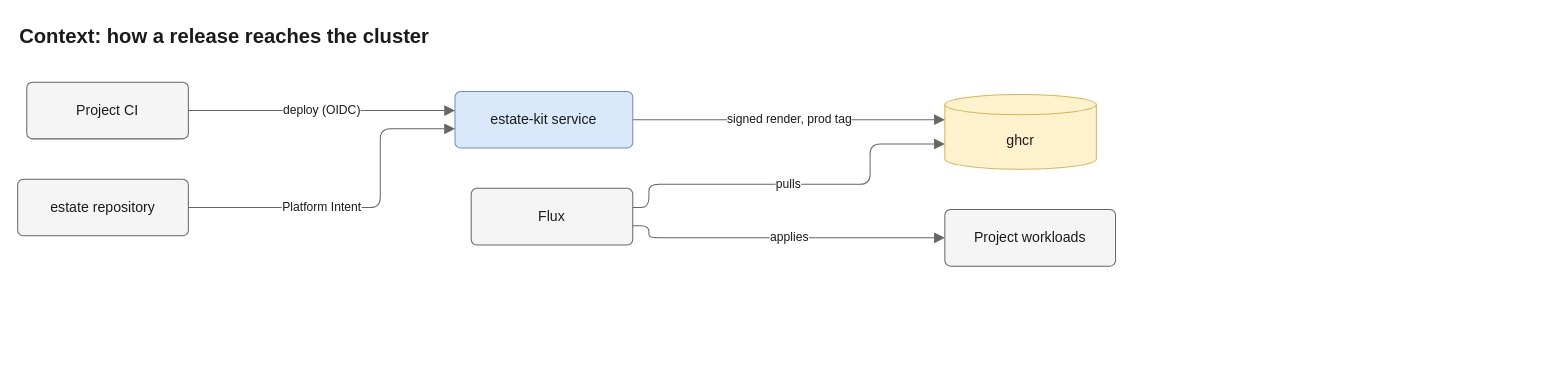
The draw.io diagram docs/diagrams/src/context.drawio in JorisJonkers-dev/estate-kit, before the edit. Source tidied: cells renumbered, new cells numbered last; positions are measured from the earlier drawing's top-left corner, leaving out a move shared by most shapes. Both pictures are drawn from the tidied source at 101%, with x=0, y=0 at pixel (17, 17).
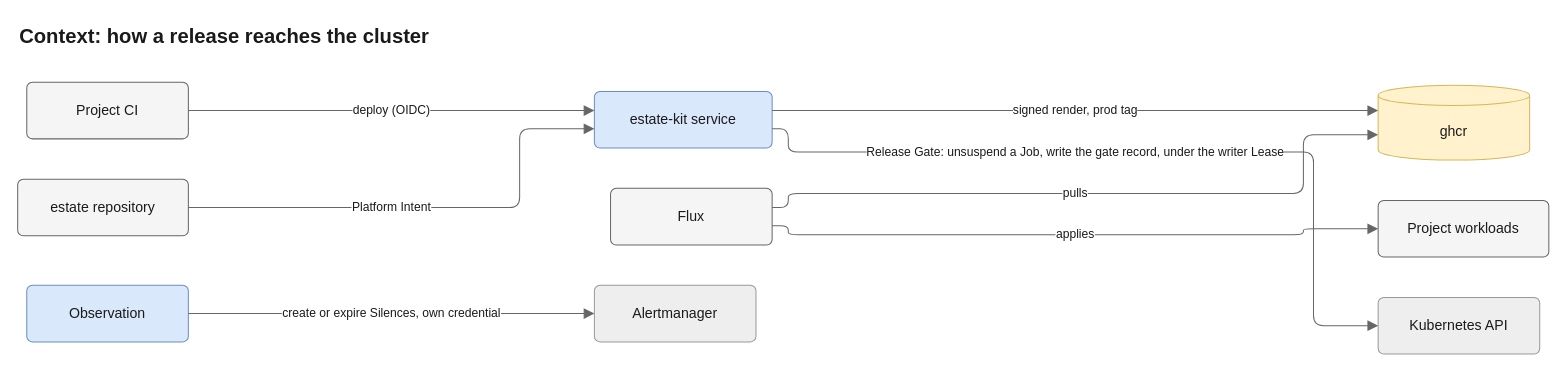
Above is the later version.

The change refers to these unchanged cells:
```xml
<mxCell id="2" value="Project CI" style="rounded=1;arcSize=10;html=1;whiteSpace=wrap;fontSize=14;fontColor=light-dark(#1a1a1a,#e8e8e8);fillColor=light-dark(#f5f5f5,#2b2b2b);strokeColor=light-dark(#666666,#a8a8a8);fontFamily=Helvetica;" parent="1" vertex="1">
  <mxGeometry x="9" y="64" width="160" height="56" as="geometry" />
</mxCell>
<mxCell id="3" value="estate repository" style="rounded=1;arcSize=10;html=1;whiteSpace=wrap;fontSize=14;fontColor=light-dark(#1a1a1a,#e8e8e8);fillColor=light-dark(#f5f5f5,#2b2b2b);strokeColor=light-dark(#666666,#a8a8a8);fontFamily=Helvetica;" parent="1" vertex="1">
  <mxGeometry y="160" width="169" height="56" as="geometry" />
</mxCell>
```

Change to the diagram source:
```diff
@@
     <mxCell id="4" value="estate-kit service" style="rounded=1;arcSize=10;html=1;whiteSpace=wrap;fontSize=14;fontColor=light-dark(#1a1a1a,#e8e8e8);fillColor=light-dark(#dae8fc,#1f3a5f);strokeColor=light-dark(#6c8ebf,#7aa7e0);fontFamily=Helvetica;" parent="1" vertex="1">
-      <mxGeometry x="433" y="73" width="176" height="56" as="geometry" />
+      <mxGeometry x="571" y="73" width="176" height="56" as="geometry" />
     </mxCell>
     <mxCell id="5" value="ghcr" style="shape=cylinder3;size=10;boundedLbl=1;backgroundOutline=1;html=1;whiteSpace=wrap;fontSize=14;fontColor=light-dark(#1a1a1a,#e8e8e8);fillColor=light-dark(#fff2cc,#3a3220);strokeColor=light-dark(#d6b656,#c9a74a);fontFamily=Helvetica;" parent="1" vertex="1">
-      <mxGeometry x="918" y="76" width="150" height="74" as="geometry" />
+      <mxGeometry x="1347" y="67" width="150" height="74" as="geometry" />
     </mxCell>
     <mxCell id="6" value="Flux" style="rounded=1;arcSize=10;html=1;whiteSpace=wrap;fontSize=14;fontColor=light-dark(#1a1a1a,#e8e8e8);fillColor=light-dark(#f5f5f5,#2b2b2b);strokeColor=light-dark(#666666,#a8a8a8);fontFamily=Helvetica;" parent="1" vertex="1">
-      <mxGeometry x="449" y="169" width="160" height="56" as="geometry" />
+      <mxGeometry x="587" y="169" width="160" height="56" as="geometry" />
     </mxCell>
     <mxCell id="7" value="Project workloads" style="rounded=1;arcSize=10;html=1;whiteSpace=wrap;fontSize=14;fontColor=light-dark(#1a1a1a,#e8e8e8);fillColor=light-dark(#f5f5f5,#2b2b2b);strokeColor=light-dark(#666666,#a8a8a8);fontFamily=Helvetica;" parent="1" vertex="1">
-      <mxGeometry x="918" y="190" width="169" height="56" as="geometry" />
+      <mxGeometry x="1347" y="181" width="169" height="56" as="geometry" />
     </mxCell>
+    <mxCell id="14" value="Kubernetes API" style="rounded=1;arcSize=10;html=1;whiteSpace=wrap;fontSize=14;fontColor=light-dark(#1a1a1a,#e8e8e8);fillColor=light-dark(#eeeeee,#303030);strokeColor=light-dark(#999999,#8a8a8a);fontFamily=Helvetica;" parent="1" vertex="1">
+      <mxGeometry x="1347" y="277" width="160" height="56" as="geometry" />
+    </mxCell>
+    <mxCell id="15" value="Observation" style="rounded=1;arcSize=10;html=1;whiteSpace=wrap;fontSize=14;fontColor=light-dark(#1a1a1a,#e8e8e8);fillColor=light-dark(#dae8fc,#1f3a5f);strokeColor=light-dark(#6c8ebf,#7aa7e0);fontFamily=Helvetica;" parent="1" vertex="1">
+      <mxGeometry x="9" y="265" width="160" height="56" as="geometry" />
+    </mxCell>
+    <mxCell id="16" value="Alertmanager" style="rounded=1;arcSize=10;html=1;whiteSpace=wrap;fontSize=14;fontColor=light-dark(#1a1a1a,#e8e8e8);fillColor=light-dark(#eeeeee,#303030);strokeColor=light-dark(#999999,#8a8a8a);fontFamily=Helvetica;" parent="1" vertex="1">
+      <mxGeometry x="571" y="265" width="160" height="56" as="geometry" />
+    </mxCell>
     <mxCell id="8" value="deploy (OIDC)" style="html=1;rounded=1;fontSize=14;fontSize=12;fontColor=light-dark(#1a1a1a,#e8e8e8);strokeColor=light-dark(#666666,#a8a8a8);endArrow=block;endFill=1;endSize=8;curved=0;exitX=1;exitY=0.5;entryX=0;entryY=0.3393;edgeStyle=orthogonalEdgeStyle;fontFamily=Helvetica;labelBackgroundColor=light-dark(#ffffff,#1e1e1e);" parent="1" edge="1" source="2" target="4">
       <mxGeometry relative="1" as="geometry">
         <Array as="points">
-          <mxPoint x="301" y="92" />
+          <mxPoint x="370" y="92" />
         </Array>
       </mxGeometry>
     </mxCell>
     <mxCell id="9" value="Platform Intent" style="html=1;rounded=1;fontSize=14;fontSize=12;fontColor=light-dark(#1a1a1a,#e8e8e8);strokeColor=light-dark(#666666,#a8a8a8);endArrow=block;endFill=1;endSize=8;curved=0;exitX=1;exitY=0.5;entryX=0;entryY=0.6607;edgeStyle=orthogonalEdgeStyle;fontFamily=Helvetica;labelBackgroundColor=light-dark(#ffffff,#1e1e1e);" parent="1" edge="1" source="3" target="4">
       <mxGeometry relative="1" as="geometry">
         <Array as="points">
-          <mxPoint x="359" y="188" />
-          <mxPoint x="359" y="110" />
+          <mxPoint x="497" y="188" />
+          <mxPoint x="497" y="110" />
         </Array>
         <mxPoint x="-39" as="offset" />
       </mxGeometry>
     </mxCell>
-    <mxCell id="10" value="signed render, prod tag" style="html=1;rounded=1;fontSize=14;fontSize=12;fontColor=light-dark(#1a1a1a,#e8e8e8);strokeColor=light-dark(#666666,#a8a8a8);endArrow=block;endFill=1;endSize=8;curved=0;exitX=1;exitY=0.5;entryX=0;entryY=0.3378;edgeStyle=orthogonalEdgeStyle;fontFamily=Helvetica;labelBackgroundColor=light-dark(#ffffff,#1e1e1e);" parent="1" edge="1" source="4" target="5">
+    <mxCell id="10" value="signed render, prod tag" style="html=1;rounded=1;fontSize=14;fontSize=12;fontColor=light-dark(#1a1a1a,#e8e8e8);strokeColor=light-dark(#666666,#a8a8a8);endArrow=block;endFill=1;endSize=8;curved=0;exitX=1;exitY=0.3393;entryX=0;entryY=0.3378;edgeStyle=orthogonalEdgeStyle;fontFamily=Helvetica;labelBackgroundColor=light-dark(#ffffff,#1e1e1e);" parent="1" edge="1" source="4" target="5">
       <mxGeometry relative="1" as="geometry">
         <Array as="points">
-          <mxPoint x="763.5" y="101" />
+          <mxPoint x="1047" y="92" />
         </Array>
       </mxGeometry>
     </mxCell>
     <mxCell id="11" value="pulls" style="html=1;rounded=1;fontSize=14;fontSize=12;fontColor=light-dark(#1a1a1a,#e8e8e8);strokeColor=light-dark(#666666,#a8a8a8);endArrow=block;endFill=1;endSize=8;curved=0;exitX=1;exitY=0.3393;entryX=0;entryY=0.6622;edgeStyle=orthogonalEdgeStyle;fontFamily=Helvetica;labelBackgroundColor=light-dark(#ffffff,#1e1e1e);" parent="1" edge="1" source="6" target="5">
       <mxGeometry relative="1" as="geometry">
         <Array as="points">
-          <mxPoint x="625" y="188" />
-          <mxPoint x="625" y="165" />
-          <mxPoint x="844" y="165" />
-          <mxPoint x="844" y="125" />
+          <mxPoint x="763" y="188" />
+          <mxPoint x="763" y="174" />
+          <mxPoint x="1273" y="174" />
+          <mxPoint x="1273" y="116" />
         </Array>
-        <mxPoint x="-8.5" as="offset" />
+        <mxPoint x="-22" as="offset" />
       </mxGeometry>
     </mxCell>
     <mxCell id="12" value="applies" style="html=1;rounded=1;fontSize=14;fontSize=12;fontColor=light-dark(#1a1a1a,#e8e8e8);strokeColor=light-dark(#666666,#a8a8a8);endArrow=block;endFill=1;endSize=8;curved=0;exitX=1;exitY=0.6607;entryX=0;entryY=0.5;edgeStyle=orthogonalEdgeStyle;fontFamily=Helvetica;labelBackgroundColor=light-dark(#ffffff,#1e1e1e);" parent="1" edge="1" source="6" target="7">
       <mxGeometry relative="1" as="geometry">
         <Array as="points">
-          <mxPoint x="625" y="206" />
-          <mxPoint x="625" y="218" />
+          <mxPoint x="763" y="206" />
+          <mxPoint x="763" y="215" />
+          <mxPoint x="1273" y="215" />
+          <mxPoint x="1273" y="209" />
         </Array>
-        <mxPoint x="6" as="offset" />
+        <mxPoint x="1.5" as="offset" />
       </mxGeometry>
     </mxCell>
+    <mxCell id="17" value="Release Gate: unsuspend a Job, write the gate record, under the writer Lease" style="html=1;rounded=1;fontSize=14;fontSize=12;fontColor=light-dark(#1a1a1a,#e8e8e8);strokeColor=light-dark(#666666,#a8a8a8);endArrow=block;endFill=1;endSize=8;curved=0;exitX=1;exitY=0.6607;entryX=0;entryY=0.5;edgeStyle=orthogonalEdgeStyle;fontFamily=Helvetica;labelBackgroundColor=light-dark(#ffffff,#1e1e1e);" parent="1" edge="1" source="4" target="14">
+      <mxGeometry relative="1" as="geometry">
+        <Array as="points">
+          <mxPoint x="763" y="110" />
+          <mxPoint x="763" y="133" />
+          <mxPoint x="1283" y="133" />
+          <mxPoint x="1283" y="305" />
+        </Array>
+        <mxPoint x="-74.5" as="offset" />
+      </mxGeometry>
+    </mxCell>
+    <mxCell id="18" value="create or expire Silences, own credential" style="html=1;rounded=1;fontSize=14;fontSize=12;fontColor=light-dark(#1a1a1a,#e8e8e8);strokeColor=light-dark(#666666,#a8a8a8);endArrow=block;endFill=1;endSize=8;curved=0;exitX=1;exitY=0.5;entryX=0;entryY=0.5;edgeStyle=orthogonalEdgeStyle;fontFamily=Helvetica;labelBackgroundColor=light-dark(#ffffff,#1e1e1e);" parent="1" edge="1" source="15" target="16">
+      <mxGeometry relative="1" as="geometry">
+        <Array as="points">
+          <mxPoint x="370" y="293" />
+        </Array>
+      </mxGeometry>
+    </mxCell>
     <mxCell id="13" value="Context: how a release reaches the cluster" style="text;html=1;whiteSpace=wrap;align=left;verticalAlign=middle;fontSize=20;fontStyle=1;fontColor=light-dark(#1a1a1a,#e8e8e8);fontFamily=Helvetica;" parent="1" vertex="1">
-      <mxGeometry width="1087" height="36" as="geometry" />
+      <mxGeometry width="1516" height="36" as="geometry" />
     </mxCell>
```
